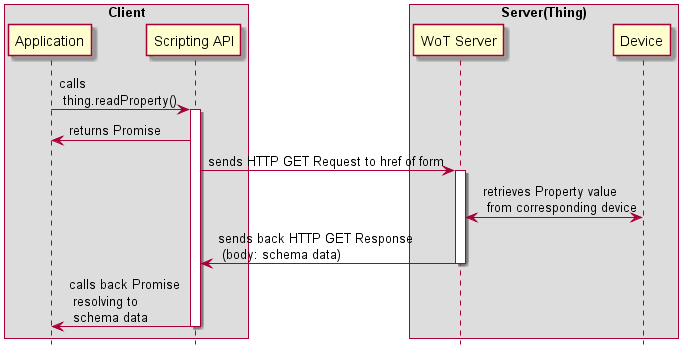
The PlantUML diagram images/message-flows/A_1_1_readProperty.png in w3c/wot-architecture, before a commit.
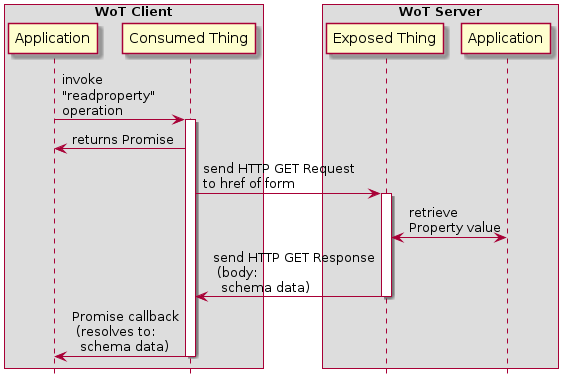
The same file after the commit.

What changed in the source:
```diff
@@ -1,24 +1,24 @@
 @startuml
 hide footbox
 
-box "Client"
+box "WoT Client"
 participant "Application" as AP
-participant "Scripting API" as SA
+participant "Consumed Thing" as SA
 end box
 
-box "Server(Thing)"
-participant "WoT Server" as WS
-participant "Device" as DC
+box "WoT Server"
+participant "Exposed Thing" as WS
+participant "Application" as DC
 end box
 
-AP  -> SA: calls \n thing.readProperty()
+AP  -> SA: invoke\n"readproperty"\noperation
 activate SA
 SA  -> AP: returns Promise
-SA  -> WS: sends HTTP GET Request to href of form
+SA  -> WS: send HTTP GET Request\nto href of form
 activate WS
-WS <-> DC: retrieves Property value \n from corresponding device
-WS  -> SA: sends back HTTP GET Response \n (body: schema data)
+WS <-> DC: retrieve\nProperty value
+WS  -> SA: send HTTP GET Response\n (body:\n  schema data)
 deactivate WS
-SA  -> AP: calls back Promise \n resolving to \n schema data
+SA  -> AP: Promise callback\n (resolves to:\n  schema data)
 deactivate SA
 @enduml
```
